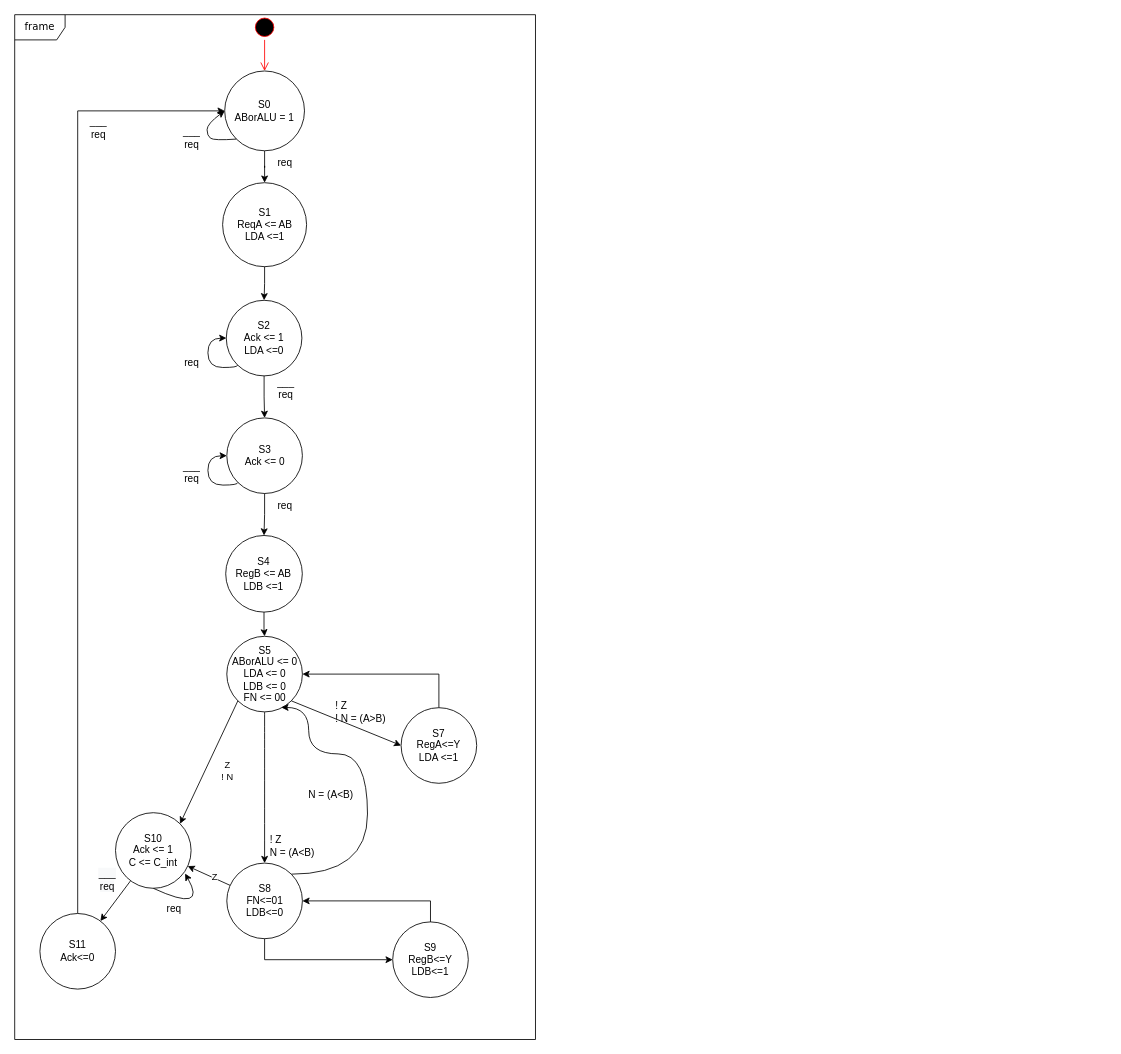
This is page "Page-1" (1 of 2) of Untitled Diagram.drawio from rudfor/DesignDigitalSystems, a draw.io file, before an edit. Source tidied: cells renumbered, new cells numbered last; positions are measured from the earlier drawing's top-left corner, leaving out a move shared by most shapes. Both pictures are drawn from the tidied source at 84%, with x=0, y=0 at pixel (14, 14).
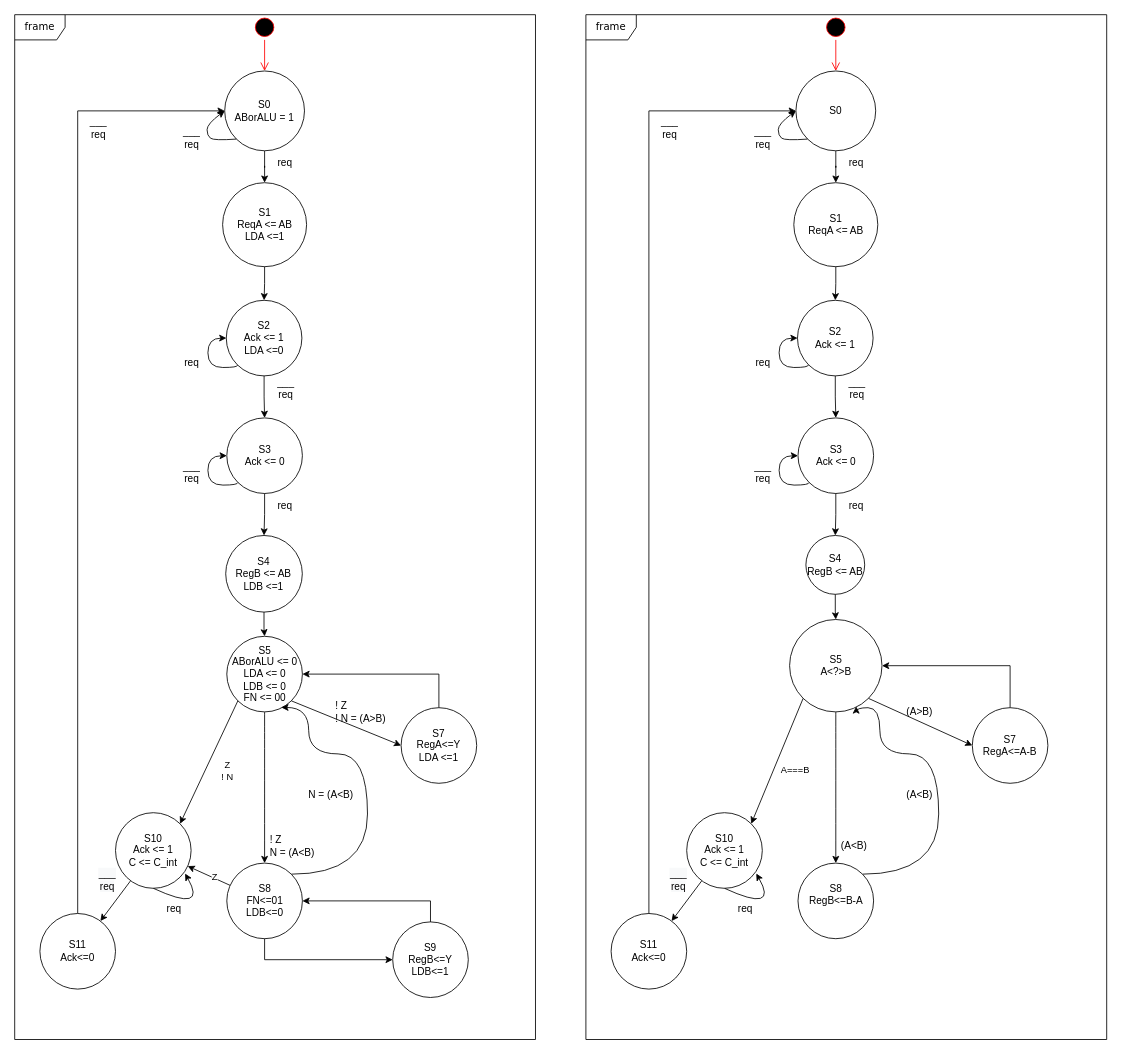
The same diagram, later.

Diff of the diagram source:
```diff
@@
+    <mxCell id="49" value="frame" style="shape=umlFrame;whiteSpace=wrap;html=1;rounded=1;shadow=0;comic=0;labelBackgroundColor=none;strokeWidth=1;fontFamily=Verdana;fontSize=12;align=center;" parent="1" vertex="1">
+      <mxGeometry x="680" width="620" height="1220" as="geometry" />
+    </mxCell>
+    <mxCell id="50" style="ellipse;html=1;shape=startState;fillColor=#000000;strokeColor=#ff0000;" parent="1" vertex="1">
+      <mxGeometry x="962.5" width="30" height="30" as="geometry" />
+    </mxCell>
+    <mxCell id="51" style="edgeStyle=orthogonalEdgeStyle;html=1;verticalAlign=bottom;endArrow=open;endSize=8;strokeColor=#ff0000;" parent="1" edge="1" source="50" target="53">
+      <mxGeometry relative="1" as="geometry" />
+    </mxCell>
+    <mxCell id="52" style="edgeStyle=orthogonalEdgeStyle;rounded=0;jettySize=auto;html=1;" parent="1" edge="1" source="53" target="54">
+      <mxGeometry relative="1" as="geometry" />
+    </mxCell>
+    <mxCell id="53" value="&lt;div&gt;S0&lt;/div&gt;" style="ellipse;whiteSpace=wrap;html=1;" parent="1" vertex="1">
+      <mxGeometry x="930" y="67" width="95" height="95" as="geometry" />
+    </mxCell>
+    <mxCell id="54" value="&lt;div&gt;S1&lt;/div&gt;&lt;div&gt;ReqA &amp;lt;= AB&lt;br&gt;&lt;/div&gt;" style="ellipse;whiteSpace=wrap;html=1;" parent="1" vertex="1">
+      <mxGeometry x="927.5" y="200" width="100" height="100" as="geometry" />
+    </mxCell>
+    <mxCell id="55" value="___&lt;br&gt;req" style="text;html=1;strokeColor=none;fillColor=none;align=center;verticalAlign=middle;whiteSpace=wrap;rounded=0;" parent="1" vertex="1">
+      <mxGeometry x="982.5" y="430" width="40" height="30" as="geometry" />
+    </mxCell>
+    <mxCell id="56" style="edgeStyle=orthogonalEdgeStyle;rounded=0;jettySize=auto;html=1;exitX=0.5;exitY=1;exitDx=0;exitDy=0;" parent="1" edge="1" source="54" target="57">
+      <mxGeometry relative="1" as="geometry" />
+    </mxCell>
+    <mxCell id="57" value="&lt;div&gt;S2&lt;/div&gt;&lt;div&gt;Ack &amp;lt;= 1&lt;br&gt;&lt;/div&gt;" style="ellipse;whiteSpace=wrap;html=1;" parent="1" vertex="1">
+      <mxGeometry x="931.9" y="340" width="90" height="90" as="geometry" />
+    </mxCell>
+    <mxCell id="58" value="req" style="text;html=1;strokeColor=none;fillColor=none;align=center;verticalAlign=middle;whiteSpace=wrap;rounded=0;" parent="1" vertex="1">
+      <mxGeometry x="871.3" y="400" width="40" height="30" as="geometry" />
+    </mxCell>
+    <mxCell id="59" style="edgeStyle=orthogonalEdgeStyle;rounded=0;jettySize=auto;html=1;exitX=0.5;exitY=1;exitDx=0;exitDy=0;" parent="1" edge="1" source="57" target="60">
+      <mxGeometry relative="1" as="geometry" />
+    </mxCell>
+    <mxCell id="60" value="&lt;div&gt;S3&lt;/div&gt;&lt;div&gt;Ack &amp;lt;= 0&lt;/div&gt;" style="ellipse;whiteSpace=wrap;html=1;" parent="1" vertex="1">
+      <mxGeometry x="932.5" y="480" width="90" height="90" as="geometry" />
+    </mxCell>
+    <mxCell id="61" value="___&lt;br&gt;req" style="text;html=1;strokeColor=none;fillColor=none;align=center;verticalAlign=middle;whiteSpace=wrap;rounded=0;" parent="1" vertex="1">
+      <mxGeometry x="760" y="120" width="40" height="30" as="geometry" />
+    </mxCell>
+    <mxCell id="62" value="req" style="text;html=1;strokeColor=none;fillColor=none;align=center;verticalAlign=middle;whiteSpace=wrap;rounded=0;" parent="1" vertex="1">
+      <mxGeometry x="981.9" y="570" width="40" height="30" as="geometry" />
+    </mxCell>
+    <mxCell id="63" value="___&lt;br&gt;req" style="text;html=1;strokeColor=none;fillColor=none;align=center;verticalAlign=middle;whiteSpace=wrap;rounded=0;" parent="1" vertex="1">
+      <mxGeometry x="871.3" y="530" width="40" height="30" as="geometry" />
+    </mxCell>
+    <mxCell id="64" value="req" style="text;html=1;strokeColor=none;fillColor=none;align=center;verticalAlign=middle;whiteSpace=wrap;rounded=0;" parent="1" vertex="1">
+      <mxGeometry x="850" y="1050" width="40" height="30" as="geometry" />
+    </mxCell>
+    <mxCell id="65" style="edgeStyle=orthogonalEdgeStyle;rounded=0;jettySize=auto;html=1;exitX=0.5;exitY=1;exitDx=0;exitDy=0;" parent="1" edge="1" source="60" target="66">
+      <mxGeometry relative="1" as="geometry" />
+    </mxCell>
+    <mxCell id="66" value="&lt;div&gt;S4&lt;/div&gt;&lt;div&gt;RegB &amp;lt;= AB&lt;br&gt;&lt;/div&gt;" style="ellipse;whiteSpace=wrap;html=1;" parent="1" vertex="1">
+      <mxGeometry x="941.9" y="620" width="70" height="70" as="geometry" />
+    </mxCell>
+    <mxCell id="67" style="edgeStyle=orthogonalEdgeStyle;rounded=0;jettySize=auto;html=1;exitX=0.5;exitY=1;exitDx=0;exitDy=0;" parent="1" edge="1" source="66" target="68">
+      <mxGeometry relative="1" as="geometry" />
+    </mxCell>
+    <mxCell id="68" value="&lt;div&gt;S5&lt;/div&gt;&lt;div&gt;&lt;span&gt;A&amp;lt;?&amp;gt;B&lt;/span&gt;&lt;br&gt;&lt;/div&gt;" style="ellipse;whiteSpace=wrap;html=1;" parent="1" vertex="1">
+      <mxGeometry x="922.5" y="720" width="110" height="110" as="geometry" />
+    </mxCell>
+    <mxCell id="69" style="edgeStyle=orthogonalEdgeStyle;curved=1;rounded=0;jettySize=auto;html=1;exitX=0.5;exitY=1;exitDx=0;exitDy=0;" parent="1" edge="1" source="68" target="77">
+      <mxGeometry relative="1" as="geometry" />
+    </mxCell>
+    <mxCell id="70" style="rounded=0;jettySize=auto;html=1;exitX=0;exitY=1;exitDx=0;exitDy=0;entryX=1;entryY=0;entryDx=0;entryDy=0;" parent="1" edge="1" source="68" target="81">
+      <mxGeometry relative="1" as="geometry" />
+    </mxCell>
+    <mxCell id="71" value="&lt;div&gt;A===B&lt;/div&gt;" style="edgeLabel;html=1;align=center;verticalAlign=middle;" parent="70" vertex="1">
+      <mxGeometry x="-0.08" relative="1" as="geometry">
+        <mxPoint x="18" y="16" as="offset" />
+      </mxGeometry>
+    </mxCell>
+    <mxCell id="72" style="endArrow=classic;html=1;entryX=0;entryY=0.5;entryDx=0;entryDy=0;exitX=0;exitY=1;exitDx=0;exitDy=0;curved=1;" parent="1" edge="1" source="53" target="53">
+      <mxGeometry relative="1" as="geometry">
+        <Array as="points">
+          <mxPoint x="917.1" y="150" />
+          <mxPoint x="909" y="144" />
+          <mxPoint x="909" y="130" />
+        </Array>
+      </mxGeometry>
+    </mxCell>
+    <mxCell id="73" style="edgeStyle=orthogonalEdgeStyle;rounded=0;jettySize=auto;html=1;exitX=0.5;exitY=0;exitDx=0;exitDy=0;entryX=1;entryY=0.5;entryDx=0;entryDy=0;" parent="1" edge="1" source="74" target="68">
+      <mxGeometry relative="1" as="geometry" />
+    </mxCell>
+    <mxCell id="74" value="&lt;div&gt;S7&lt;/div&gt;RegA&amp;lt;=A-B" style="ellipse;whiteSpace=wrap;html=1;" parent="1" vertex="1">
+      <mxGeometry x="1140" y="825" width="90" height="90" as="geometry" />
+    </mxCell>
+    <mxCell id="75" style="jettySize=auto;html=1;exitX=1;exitY=1;exitDx=0;exitDy=0;entryX=0;entryY=0.5;entryDx=0;entryDy=0;rounded=0;" parent="1" edge="1" source="68" target="74">
+      <mxGeometry relative="1" as="geometry" />
+    </mxCell>
+    <mxCell id="76" style="edgeStyle=orthogonalEdgeStyle;curved=1;rounded=0;jettySize=auto;html=1;exitX=1;exitY=0;exitDx=0;exitDy=0;entryX=0.721;entryY=0.941;entryDx=0;entryDy=0;entryPerimeter=0;" parent="1" edge="1" source="77" target="68">
+      <mxGeometry relative="1" as="geometry">
+        <Array as="points">
+          <mxPoint x="1100" y="1023" />
+          <mxPoint x="1100" y="880" />
+          <mxPoint x="1030" y="880" />
+          <mxPoint x="1030" y="825" />
+        </Array>
+      </mxGeometry>
+    </mxCell>
+    <mxCell id="77" value="&lt;div&gt;S8&lt;/div&gt;&lt;div&gt;RegB&amp;lt;=B-A&lt;br&gt;&lt;br&gt;&lt;/div&gt;" style="ellipse;whiteSpace=wrap;html=1;" parent="1" vertex="1">
+      <mxGeometry x="932.5" y="1010" width="90" height="90" as="geometry" />
+    </mxCell>
+    <mxCell id="78" value="&lt;span&gt;(A&amp;lt;B)&lt;/span&gt;" style="text;html=1;strokeColor=none;fillColor=none;align=left;verticalAlign=middle;whiteSpace=wrap;rounded=0;" parent="1" vertex="1">
+      <mxGeometry x="981.9" y="970" width="58.1" height="40" as="geometry" />
+    </mxCell>
+    <mxCell id="79" style="edgeStyle=none;rounded=0;jettySize=auto;html=1;" parent="1" edge="1" source="81" target="83">
+      <mxGeometry relative="1" as="geometry" />
+    </mxCell>
+    <mxCell id="80" value="&lt;span style=&quot;font-size: 12px ; background-color: rgb(248 , 249 , 250)&quot;&gt;___&lt;/span&gt;&lt;br style=&quot;font-size: 12px ; background-color: rgb(248 , 249 , 250)&quot;&gt;&lt;span style=&quot;font-size: 12px ; background-color: rgb(248 , 249 , 250)&quot;&gt;req&lt;/span&gt;" style="edgeLabel;html=1;align=center;verticalAlign=middle;" parent="79" vertex="1">
+      <mxGeometry x="-0.17" y="-1" relative="1" as="geometry">
+        <mxPoint x="-13" y="-21" as="offset" />
+      </mxGeometry>
+    </mxCell>
+    <mxCell id="81" value="&lt;div&gt;S10&lt;/div&gt;&lt;div&gt;Ack &amp;lt;= 1&lt;/div&gt;&lt;div&gt;C &amp;lt;= C_int&lt;br&gt;&lt;/div&gt;" style="ellipse;whiteSpace=wrap;html=1;" parent="1" vertex="1">
+      <mxGeometry x="800" y="950" width="90" height="90" as="geometry" />
+    </mxCell>
+    <mxCell id="82" style="edgeStyle=orthogonalEdgeStyle;rounded=0;jettySize=auto;html=1;exitX=0.5;exitY=0;exitDx=0;exitDy=0;entryX=0;entryY=0.5;entryDx=0;entryDy=0;" parent="1" edge="1" source="83" target="53">
+      <mxGeometry relative="1" as="geometry" />
+    </mxCell>
+    <mxCell id="83" value="&lt;div&gt;S11&lt;/div&gt;&lt;div&gt;Ack&amp;lt;=0&lt;/div&gt;" style="ellipse;whiteSpace=wrap;html=1;" parent="1" vertex="1">
+      <mxGeometry x="710" y="1070" width="90" height="90" as="geometry" />
+    </mxCell>
+    <mxCell id="84" style="endArrow=classic;html=1;entryX=0.92;entryY=0.805;entryDx=0;entryDy=0;exitX=0.5;exitY=1;exitDx=0;exitDy=0;curved=1;entryPerimeter=0;" parent="1" edge="1" source="81" target="81">
+      <mxGeometry relative="1" as="geometry">
+        <Array as="points">
+          <mxPoint x="910" y="1070" />
+        </Array>
+      </mxGeometry>
+    </mxCell>
+    <mxCell id="85" value="___&lt;br&gt;req" style="text;html=1;strokeColor=none;fillColor=none;align=center;verticalAlign=middle;whiteSpace=wrap;rounded=0;" parent="1" vertex="1">
+      <mxGeometry x="871.3" y="132" width="40" height="30" as="geometry" />
+    </mxCell>
+    <mxCell id="86" style="rounded=0;jettySize=auto;html=1;exitX=0;exitY=1;exitDx=0;exitDy=0;edgeStyle=orthogonalEdgeStyle;curved=1;" parent="1" edge="1" source="57">
+      <mxGeometry relative="1" as="geometry">
+        <mxPoint x="932" y="385" as="targetPoint" />
+        <Array as="points">
+          <mxPoint x="945" y="420" />
+          <mxPoint x="910" y="420" />
+          <mxPoint x="910" y="385" />
+        </Array>
+      </mxGeometry>
+    </mxCell>
+    <mxCell id="87" style="edgeStyle=orthogonalEdgeStyle;curved=1;rounded=0;orthogonalLoop=1;jettySize=auto;html=1;exitX=0;exitY=1;exitDx=0;exitDy=0;entryX=0;entryY=0.5;entryDx=0;entryDy=0;" parent="1" edge="1" source="60" target="60">
+      <mxGeometry relative="1" as="geometry">
+        <Array as="points">
+          <mxPoint x="946" y="560" />
+          <mxPoint x="910" y="560" />
+          <mxPoint x="910" y="525" />
+        </Array>
+      </mxGeometry>
+    </mxCell>
+    <mxCell id="88" value="req" style="text;html=1;strokeColor=none;fillColor=none;align=center;verticalAlign=middle;whiteSpace=wrap;rounded=0;" parent="1" vertex="1">
+      <mxGeometry x="981.9" y="162" width="40" height="30" as="geometry" />
+    </mxCell>
+    <mxCell id="89" value="&lt;div&gt;&lt;span&gt;(A&amp;gt;B)&lt;/span&gt;&lt;br&gt;&lt;/div&gt;" style="text;html=1;strokeColor=none;fillColor=none;align=left;verticalAlign=middle;whiteSpace=wrap;rounded=0;" parent="1" vertex="1">
+      <mxGeometry x="1060" y="810" width="80" height="40" as="geometry" />
+    </mxCell>
+    <mxCell id="90" value="&lt;div&gt;(A&amp;lt;B)&lt;/div&gt;" style="text;whiteSpace=wrap;html=1;" parent="1" vertex="1">
+      <mxGeometry x="1060" y="915" width="80" height="30" as="geometry" />
+    </mxCell>
```
